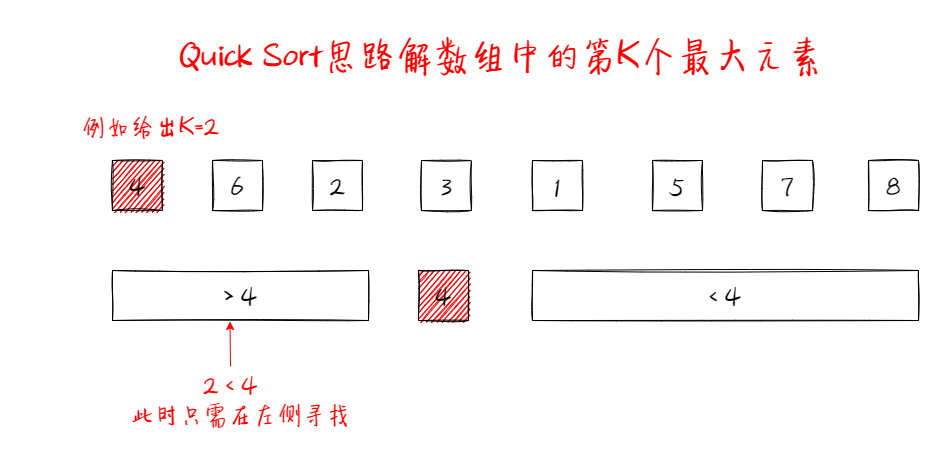
Before: AlgorithmDraw/数组中的第K个最大元素.png, a diagram exported from draw.io (X1nSea/imgbed). Source tidied: cells renumbered, new cells last; positions are measured from the earlier drawing's top-left corner, leaving out a move shared by most shapes. The source it was exported from:
```xml
<mxGraphModel>
  <root>
    <mxCell id="0" />
    <mxCell id="1" parent="0" />
    <mxCell id="2" value="4" style="rounded=0;whiteSpace=wrap;html=1;sketch=1;fontFamily=中国式手写风;fontSize=24;fillColor=#FF0000;" parent="1" vertex="1">
      <mxGeometry x="92" y="140" width="50" height="50" as="geometry" />
    </mxCell>
    <mxCell id="3" value="6" style="rounded=0;whiteSpace=wrap;html=1;sketch=1;fontFamily=中国式手写风;fontSize=24;" parent="1" vertex="1">
      <mxGeometry x="192" y="140" width="50" height="50" as="geometry" />
    </mxCell>
    <mxCell id="4" value="2" style="rounded=0;whiteSpace=wrap;html=1;sketch=1;fontFamily=中国式手写风;fontSize=24;" parent="1" vertex="1">
      <mxGeometry x="292" y="140" width="50" height="50" as="geometry" />
    </mxCell>
    <mxCell id="5" value="3" style="rounded=0;whiteSpace=wrap;html=1;sketch=1;fontFamily=中国式手写风;fontSize=24;" parent="1" vertex="1">
      <mxGeometry x="401" y="140" width="50" height="50" as="geometry" />
    </mxCell>
    <mxCell id="6" value="1" style="rounded=0;whiteSpace=wrap;html=1;sketch=1;fontFamily=中国式手写风;fontSize=24;" parent="1" vertex="1">
      <mxGeometry x="512" y="140" width="50" height="50" as="geometry" />
    </mxCell>
    <mxCell id="7" value="5" style="rounded=0;whiteSpace=wrap;html=1;sketch=1;fontFamily=中国式手写风;fontSize=24;" parent="1" vertex="1">
      <mxGeometry x="632" y="140" width="50" height="50" as="geometry" />
    </mxCell>
    <mxCell id="8" value="7" style="rounded=0;whiteSpace=wrap;html=1;sketch=1;fontFamily=中国式手写风;fontSize=24;" parent="1" vertex="1">
      <mxGeometry x="742" y="140" width="50" height="50" as="geometry" />
    </mxCell>
    <mxCell id="9" value="8" style="rounded=0;whiteSpace=wrap;html=1;sketch=1;fontFamily=中国式手写风;fontSize=24;" parent="1" vertex="1">
      <mxGeometry x="848" y="140" width="50" height="50" as="geometry" />
    </mxCell>
    <mxCell id="10" value="&amp;gt; 4" style="rounded=0;whiteSpace=wrap;html=1;sketch=1;fontFamily=中国式手写风;fontSize=24;" parent="1" vertex="1">
      <mxGeometry x="92" y="250" width="256" height="50" as="geometry" />
    </mxCell>
    <mxCell id="11" value="4" style="rounded=0;whiteSpace=wrap;html=1;sketch=1;fontFamily=中国式手写风;fontSize=24;fillColor=#FF0000;" parent="1" vertex="1">
      <mxGeometry x="398" y="250" width="50" height="50" as="geometry" />
    </mxCell>
    <mxCell id="12" value="&amp;lt; 4" style="rounded=0;whiteSpace=wrap;html=1;sketch=1;fontFamily=中国式手写风;fontSize=24;" parent="1" vertex="1">
      <mxGeometry x="512" y="250" width="386" height="50" as="geometry" />
    </mxCell>
    <mxCell id="13" value="&lt;font color=&quot;#ff0000&quot;&gt;例如给出K=2&lt;/font&gt;" style="text;html=1;strokeColor=none;fillColor=none;align=center;verticalAlign=middle;whiteSpace=wrap;rounded=0;sketch=1;fontFamily=中国式手写风;fontSize=24;" parent="1" vertex="1">
      <mxGeometry y="60" width="260" height="90" as="geometry" />
    </mxCell>
    <mxCell id="14" value="此时只需在左侧寻找" style="text;html=1;strokeColor=none;fillColor=none;align=center;verticalAlign=middle;whiteSpace=wrap;rounded=0;sketch=1;fontFamily=中国式手写风;fontSize=24;fontColor=#FF0000;" parent="1" vertex="1">
      <mxGeometry x="105" y="360" width="230" height="66" as="geometry" />
    </mxCell>
    <mxCell id="15" value="2 &amp;lt; 4" style="text;html=1;strokeColor=none;fillColor=none;align=center;verticalAlign=middle;whiteSpace=wrap;rounded=0;sketch=1;fontFamily=中国式手写风;fontSize=24;fontColor=#FF0000;" parent="1" vertex="1">
      <mxGeometry x="130" y="346" width="160" height="36" as="geometry" />
    </mxCell>
    <mxCell id="16" style="endArrow=classic;html=1;fontFamily=中国式手写风;fontSize=24;fontColor=#FF0000;exitX=0.5;exitY=0;exitDx=0;exitDy=0;entryX=0.459;entryY=1.02;entryDx=0;entryDy=0;entryPerimeter=0;curved=1;strokeColor=#FF0000;" parent="1" edge="1" source="15" target="10">
      <mxGeometry relative="1" as="geometry" />
    </mxCell>
    <mxCell id="17" value="Quick Sort思路解数组中的第K个最大元素" style="text;html=1;strokeColor=none;fillColor=none;align=center;verticalAlign=middle;whiteSpace=wrap;rounded=0;sketch=1;fontFamily=中国式手写风;fontSize=36;fontColor=#FF0000;" parent="1" vertex="1">
      <mxGeometry x="142" width="678" height="70" as="geometry" />
    </mxCell>
  </root>
</mxGraphModel>
```
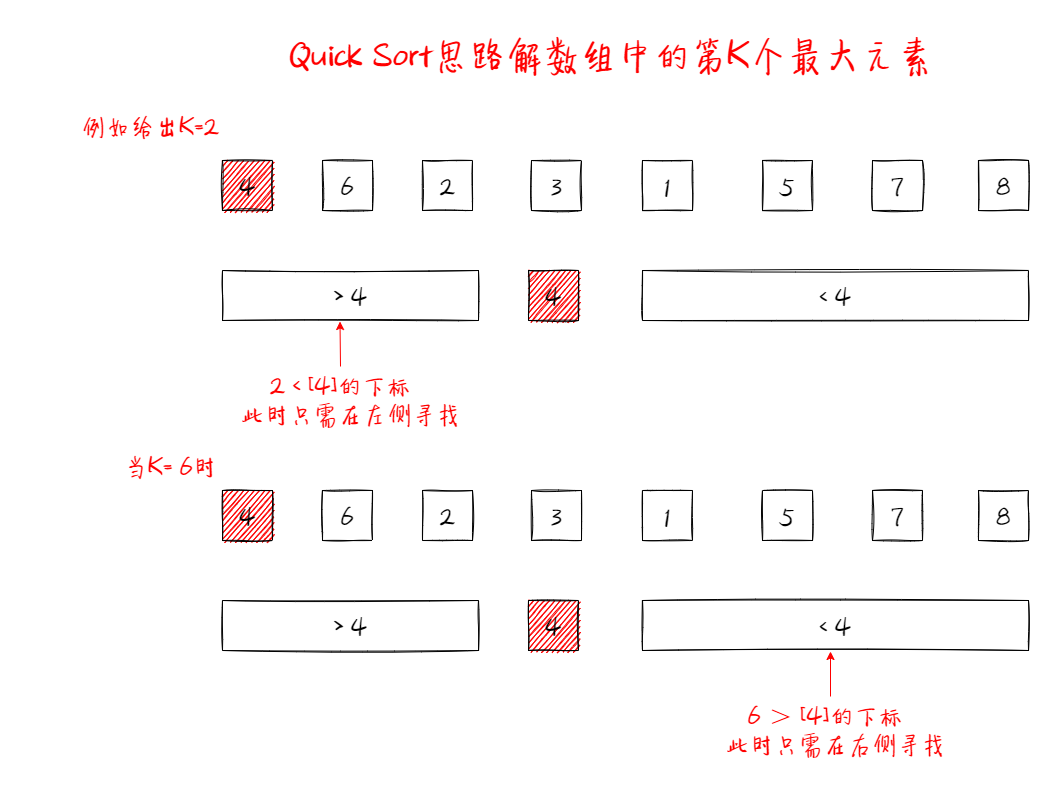
After the commit.

Commit message:
Added 数组中的第K个最大元素.png

The edit, as a diff of the source:
```diff
@@ -36,12 +36,12 @@
       <mxGeometry x="512" y="250" width="386" height="50" as="geometry" />
     </mxCell>
     <mxCell id="13" value="&lt;font color=&quot;#ff0000&quot;&gt;例如给出K=2&lt;/font&gt;" style="text;html=1;strokeColor=none;fillColor=none;align=center;verticalAlign=middle;whiteSpace=wrap;rounded=0;sketch=1;fontFamily=中国式手写风;fontSize=24;" parent="1" vertex="1">
-      <mxGeometry y="60" width="260" height="90" as="geometry" />
+      <mxGeometry x="-110" y="60" width="260" height="90" as="geometry" />
     </mxCell>
     <mxCell id="14" value="此时只需在左侧寻找" style="text;html=1;strokeColor=none;fillColor=none;align=center;verticalAlign=middle;whiteSpace=wrap;rounded=0;sketch=1;fontFamily=中国式手写风;fontSize=24;fontColor=#FF0000;" parent="1" vertex="1">
       <mxGeometry x="105" y="360" width="230" height="66" as="geometry" />
     </mxCell>
-    <mxCell id="15" value="2 &amp;lt; 4" style="text;html=1;strokeColor=none;fillColor=none;align=center;verticalAlign=middle;whiteSpace=wrap;rounded=0;sketch=1;fontFamily=中国式手写风;fontSize=24;fontColor=#FF0000;" parent="1" vertex="1">
+    <mxCell id="15" value="2 &amp;lt; [4]的下标" style="text;html=1;strokeColor=none;fillColor=none;align=center;verticalAlign=middle;whiteSpace=wrap;rounded=0;sketch=1;fontFamily=中国式手写风;fontSize=24;fontColor=#FF0000;" parent="1" vertex="1">
       <mxGeometry x="130" y="346" width="160" height="36" as="geometry" />
     </mxCell>
     <mxCell id="16" style="endArrow=classic;html=1;fontFamily=中国式手写风;fontSize=24;fontColor=#FF0000;exitX=0.5;exitY=0;exitDx=0;exitDy=0;entryX=0.459;entryY=1.02;entryDx=0;entryDy=0;entryPerimeter=0;curved=1;strokeColor=#FF0000;" parent="1" edge="1" source="15" target="10">
@@ -50,5 +50,53 @@
     <mxCell id="17" value="Quick Sort思路解数组中的第K个最大元素" style="text;html=1;strokeColor=none;fillColor=none;align=center;verticalAlign=middle;whiteSpace=wrap;rounded=0;sketch=1;fontFamily=中国式手写风;fontSize=36;fontColor=#FF0000;" parent="1" vertex="1">
       <mxGeometry x="142" width="678" height="70" as="geometry" />
     </mxCell>
+    <mxCell id="18" value="4" style="rounded=0;whiteSpace=wrap;html=1;sketch=1;fontFamily=中国式手写风;fontSize=24;fillColor=#FF0000;" parent="1" vertex="1">
+      <mxGeometry x="92" y="470" width="50" height="50" as="geometry" />
+    </mxCell>
+    <mxCell id="19" value="6" style="rounded=0;whiteSpace=wrap;html=1;sketch=1;fontFamily=中国式手写风;fontSize=24;" parent="1" vertex="1">
+      <mxGeometry x="192" y="470" width="50" height="50" as="geometry" />
+    </mxCell>
+    <mxCell id="20" value="2" style="rounded=0;whiteSpace=wrap;html=1;sketch=1;fontFamily=中国式手写风;fontSize=24;" parent="1" vertex="1">
+      <mxGeometry x="292" y="470" width="50" height="50" as="geometry" />
+    </mxCell>
+    <mxCell id="21" value="3" style="rounded=0;whiteSpace=wrap;html=1;sketch=1;fontFamily=中国式手写风;fontSize=24;" parent="1" vertex="1">
+      <mxGeometry x="401" y="470" width="50" height="50" as="geometry" />
+    </mxCell>
+    <mxCell id="22" value="1" style="rounded=0;whiteSpace=wrap;html=1;sketch=1;fontFamily=中国式手写风;fontSize=24;" parent="1" vertex="1">
+      <mxGeometry x="512" y="470" width="50" height="50" as="geometry" />
+    </mxCell>
+    <mxCell id="23" value="5" style="rounded=0;whiteSpace=wrap;html=1;sketch=1;fontFamily=中国式手写风;fontSize=24;" parent="1" vertex="1">
+      <mxGeometry x="632" y="470" width="50" height="50" as="geometry" />
+    </mxCell>
+    <mxCell id="24" value="7" style="rounded=0;whiteSpace=wrap;html=1;sketch=1;fontFamily=中国式手写风;fontSize=24;" parent="1" vertex="1">
+      <mxGeometry x="742" y="470" width="50" height="50" as="geometry" />
+    </mxCell>
+    <mxCell id="25" value="8" style="rounded=0;whiteSpace=wrap;html=1;sketch=1;fontFamily=中国式手写风;fontSize=24;" parent="1" vertex="1">
+      <mxGeometry x="848" y="470" width="50" height="50" as="geometry" />
+    </mxCell>
+    <mxCell id="26" value="&amp;gt; 4" style="rounded=0;whiteSpace=wrap;html=1;sketch=1;fontFamily=中国式手写风;fontSize=24;" parent="1" vertex="1">
+      <mxGeometry x="92" y="580" width="256" height="50" as="geometry" />
+    </mxCell>
+    <mxCell id="27" value="4" style="rounded=0;whiteSpace=wrap;html=1;sketch=1;fontFamily=中国式手写风;fontSize=24;fillColor=#FF0000;" parent="1" vertex="1">
+      <mxGeometry x="398" y="580" width="50" height="50" as="geometry" />
+    </mxCell>
+    <mxCell id="28" value="&amp;lt; 4" style="rounded=0;whiteSpace=wrap;html=1;sketch=1;fontFamily=中国式手写风;fontSize=24;" parent="1" vertex="1">
+      <mxGeometry x="512" y="580" width="386" height="50" as="geometry" />
+    </mxCell>
+    <mxCell id="29" value="&lt;font color=&quot;#ff0000&quot;&gt;当K= 6时&lt;/font&gt;" style="text;html=1;strokeColor=none;fillColor=none;align=center;verticalAlign=middle;whiteSpace=wrap;rounded=0;sketch=1;fontFamily=中国式手写风;fontSize=24;" parent="1" vertex="1">
+      <mxGeometry x="-90" y="400" width="260" height="90" as="geometry" />
+    </mxCell>
+    <mxCell id="30" value="此时只需在右侧寻找" style="text;html=1;strokeColor=none;fillColor=none;align=center;verticalAlign=middle;whiteSpace=wrap;rounded=0;sketch=1;fontFamily=中国式手写风;fontSize=24;fontColor=#FF0000;" parent="1" vertex="1">
+      <mxGeometry x="590" y="690" width="230" height="66" as="geometry" />
+    </mxCell>
+    <mxCell id="31" value="6 ＞ [4]的下标" style="text;html=1;strokeColor=none;fillColor=none;align=center;verticalAlign=middle;whiteSpace=wrap;rounded=0;sketch=1;fontFamily=中国式手写风;fontSize=24;fontColor=#FF0000;" parent="1" vertex="1">
+      <mxGeometry x="615" y="676" width="160" height="36" as="geometry" />
+    </mxCell>
+    <mxCell id="32" style="endArrow=classic;html=1;fontFamily=中国式手写风;fontSize=24;fontColor=#FF0000;curved=1;strokeColor=#FF0000;" parent="1" edge="1">
+      <mxGeometry relative="1" as="geometry">
+        <mxPoint x="700" y="676" as="sourcePoint" />
+        <mxPoint x="700" y="631" as="targetPoint" />
+      </mxGeometry>
+    </mxCell>
   </root>
 </mxGraphModel>
```
